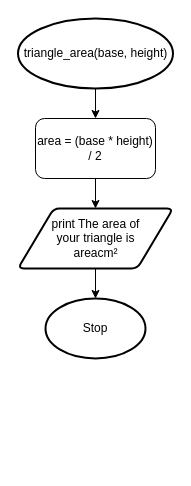
The draw.io diagram drawio/flowchart.drawio in Aidan-Lalonde-Novales/ICS3U-Unit5-02-CPP, before the edit. Source tidied: cells renumbered, new cells numbered last; positions are measured from the earlier drawing's top-left corner, leaving out a move shared by most shapes. Both pictures are drawn from the tidied source at 100%, with x=0, y=0 at pixel (17, 18).
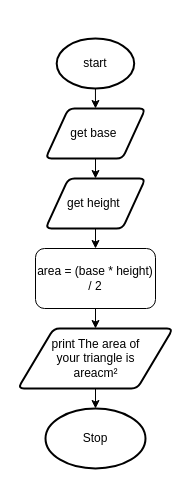
The same page after the edit.

Change to the diagram source:
```diff
@@
 <mxGraphModel>
   <root>
     <mxCell id="0" />
     <mxCell id="1" parent="0" />
-    <mxCell id="2" style="edgeStyle=none;html=1;exitX=0.5;exitY=1;exitDx=0;exitDy=0;exitPerimeter=0;entryX=0.5;entryY=0;entryDx=0;entryDy=0;" parent="1" edge="1" source="3" target="8">
-      <mxGeometry relative="1" as="geometry" />
-    </mxCell>
+    <mxCell id="9" style="edgeStyle=none;html=1;exitX=0.5;exitY=1;exitDx=0;exitDy=0;exitPerimeter=0;entryX=0.5;entryY=0;entryDx=0;entryDy=0;" parent="1" edge="1" source="3" target="11">
+      <mxGeometry relative="1" as="geometry" />
+    </mxCell>
-    <mxCell id="3" value="triangle_area(base, height)" style="strokeWidth=2;html=1;shape=mxgraph.flowchart.start_1;whiteSpace=wrap;" parent="1" vertex="1">
-      <mxGeometry x="0.5" width="155" height="70" as="geometry" />
+    <mxCell id="3" value="start" style="strokeWidth=2;html=1;shape=mxgraph.flowchart.start_1;whiteSpace=wrap;" parent="1" vertex="1">
+      <mxGeometry x="39.2" y="20" width="77.5" height="50" as="geometry" />
     </mxCell>
     <mxCell id="4" style="edgeStyle=none;html=1;exitX=0.5;exitY=1;exitDx=0;exitDy=0;entryX=0.5;entryY=0;entryDx=0;entryDy=0;entryPerimeter=0;" parent="1" edge="1" source="5" target="6">
       <mxGeometry relative="1" as="geometry" />
     </mxCell>
     <mxCell id="5" value="print The area of &lt;br&gt;your triangle is &lt;br&gt;areacm²" style="shape=parallelogram;html=1;strokeWidth=2;perimeter=parallelogramPerimeter;whiteSpace=wrap;rounded=1;arcSize=12;size=0.23;" parent="1" vertex="1">
-      <mxGeometry x="0.5" y="190" width="155" height="60" as="geometry" />
+      <mxGeometry x="0.5" y="310" width="155" height="60" as="geometry" />
     </mxCell>
     <mxCell id="6" value="Stop" style="strokeWidth=2;html=1;shape=mxgraph.flowchart.start_1;whiteSpace=wrap;" parent="1" vertex="1">
-      <mxGeometry x="28" y="280" width="100" height="60" as="geometry" />
+      <mxGeometry x="28" y="390" width="100" height="60" as="geometry" />
     </mxCell>
     <mxCell id="7" style="edgeStyle=none;html=1;exitX=0.5;exitY=1;exitDx=0;exitDy=0;entryX=0.5;entryY=0;entryDx=0;entryDy=0;" parent="1" edge="1" source="8" target="5">
       <mxGeometry relative="1" as="geometry" />
     </mxCell>
     <mxCell id="8" value="area = (base * height) / 2" style="rounded=1;whiteSpace=wrap;html=1;" parent="1" vertex="1">
-      <mxGeometry x="18" y="100" width="120" height="60" as="geometry" />
+      <mxGeometry x="18" y="230" width="120" height="60" as="geometry" />
     </mxCell>
+    <mxCell id="10" style="edgeStyle=none;html=1;exitX=0.5;exitY=1;exitDx=0;exitDy=0;entryX=0.5;entryY=0;entryDx=0;entryDy=0;" parent="1" edge="1" source="11" target="13">
+      <mxGeometry relative="1" as="geometry" />
+    </mxCell>
+    <mxCell id="11" value="get base&amp;nbsp;" style="shape=parallelogram;html=1;strokeWidth=2;perimeter=parallelogramPerimeter;whiteSpace=wrap;rounded=1;arcSize=12;size=0.23;" parent="1" vertex="1">
+      <mxGeometry x="28" y="90" width="100" height="50" as="geometry" />
+    </mxCell>
+    <mxCell id="12" style="edgeStyle=none;html=1;exitX=0.5;exitY=1;exitDx=0;exitDy=0;entryX=0.5;entryY=0;entryDx=0;entryDy=0;" parent="1" edge="1" source="13" target="8">
+      <mxGeometry relative="1" as="geometry" />
+    </mxCell>
+    <mxCell id="13" value="get height&amp;nbsp;" style="shape=parallelogram;html=1;strokeWidth=2;perimeter=parallelogramPerimeter;whiteSpace=wrap;rounded=1;arcSize=12;size=0.23;" parent="1" vertex="1">
+      <mxGeometry x="28" y="160" width="100" height="50" as="geometry" />
+    </mxCell>
   </root>
 </mxGraphModel>
```
